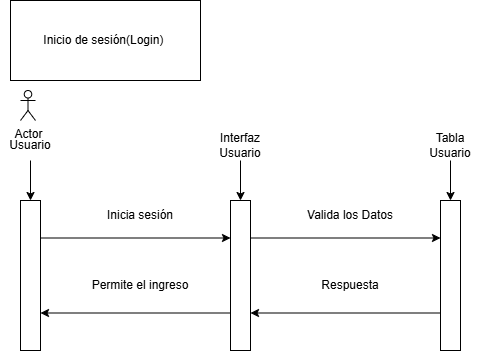
Before: extracted_diagrams/image5.png, a diagram exported from draw.io (JulianCorsich1/Proyecto.Taller.JJ). Source tidied: cells renumbered, new cells last; positions are measured from the earlier drawing's top-left corner, leaving out a move shared by most shapes. Its diagram source:
```xml
<mxGraphModel>
  <root>
    <mxCell id="0" />
    <mxCell id="1" parent="0" />
    <mxCell id="2" style="edgeStyle=orthogonalEdgeStyle;rounded=0;jettySize=auto;html=1;" parent="1" edge="1" target="4">
      <mxGeometry relative="1" as="geometry">
        <mxPoint x="30" y="160" as="sourcePoint" />
      </mxGeometry>
    </mxCell>
    <mxCell id="3" style="edgeStyle=orthogonalEdgeStyle;rounded=0;jettySize=auto;html=1;exitX=1;exitY=0.25;exitDx=0;exitDy=0;entryX=0;entryY=0.25;entryDx=0;entryDy=0;" parent="1" edge="1" source="4" target="8">
      <mxGeometry relative="1" as="geometry" />
    </mxCell>
    <mxCell id="4" style="rounded=0;whiteSpace=wrap;html=1;" parent="1" vertex="1">
      <mxGeometry x="20" y="200" width="20" height="150" as="geometry" />
    </mxCell>
    <mxCell id="5" value="Usuario" style="text;html=1;whiteSpace=wrap;strokeColor=none;fillColor=none;align=center;verticalAlign=middle;rounded=0;" parent="1" vertex="1">
      <mxGeometry y="130" width="60" height="30" as="geometry" />
    </mxCell>
    <mxCell id="6" style="edgeStyle=orthogonalEdgeStyle;rounded=0;jettySize=auto;html=1;exitX=1;exitY=0.25;exitDx=0;exitDy=0;entryX=0;entryY=0.25;entryDx=0;entryDy=0;" parent="1" edge="1" source="8" target="10">
      <mxGeometry relative="1" as="geometry" />
    </mxCell>
    <mxCell id="7" style="edgeStyle=orthogonalEdgeStyle;rounded=0;jettySize=auto;html=1;exitX=0;exitY=0.75;exitDx=0;exitDy=0;entryX=1;entryY=0.75;entryDx=0;entryDy=0;" parent="1" edge="1" source="8" target="4">
      <mxGeometry relative="1" as="geometry" />
    </mxCell>
    <mxCell id="8" style="rounded=0;whiteSpace=wrap;html=1;" parent="1" vertex="1">
      <mxGeometry x="230" y="200" width="20" height="150" as="geometry" />
    </mxCell>
    <mxCell id="9" style="edgeStyle=orthogonalEdgeStyle;rounded=0;jettySize=auto;html=1;exitX=0;exitY=0.75;exitDx=0;exitDy=0;entryX=1;entryY=0.75;entryDx=0;entryDy=0;" parent="1" edge="1" source="10" target="8">
      <mxGeometry relative="1" as="geometry" />
    </mxCell>
    <mxCell id="10" style="rounded=0;whiteSpace=wrap;html=1;" parent="1" vertex="1">
      <mxGeometry x="440" y="200" width="20" height="150" as="geometry" />
    </mxCell>
    <mxCell id="11" style="edgeStyle=orthogonalEdgeStyle;rounded=0;jettySize=auto;html=1;exitX=0.5;exitY=1;exitDx=0;exitDy=0;entryX=0.5;entryY=0;entryDx=0;entryDy=0;" parent="1" edge="1" source="12" target="8">
      <mxGeometry relative="1" as="geometry" />
    </mxCell>
    <mxCell id="12" value="Interfaz Usuario" style="text;html=1;whiteSpace=wrap;strokeColor=none;fillColor=none;align=center;verticalAlign=middle;rounded=0;" parent="1" vertex="1">
      <mxGeometry x="210" y="130" width="60" height="30" as="geometry" />
    </mxCell>
    <mxCell id="13" style="edgeStyle=orthogonalEdgeStyle;rounded=0;jettySize=auto;html=1;exitX=0.5;exitY=1;exitDx=0;exitDy=0;entryX=0.5;entryY=0;entryDx=0;entryDy=0;" parent="1" edge="1" source="14" target="10">
      <mxGeometry relative="1" as="geometry" />
    </mxCell>
    <mxCell id="14" value="Tabla Usuario" style="text;html=1;whiteSpace=wrap;strokeColor=none;fillColor=none;align=center;verticalAlign=middle;rounded=0;" parent="1" vertex="1">
      <mxGeometry x="420" y="130" width="60" height="30" as="geometry" />
    </mxCell>
    <mxCell id="15" value="Inicia sesión" style="text;html=1;whiteSpace=wrap;strokeColor=none;fillColor=none;align=center;verticalAlign=middle;rounded=0;" parent="1" vertex="1">
      <mxGeometry x="80" y="200" width="120" height="30" as="geometry" />
    </mxCell>
    <mxCell id="16" value="Valida los Datos" style="text;html=1;whiteSpace=wrap;strokeColor=none;fillColor=none;align=center;verticalAlign=middle;rounded=0;" parent="1" vertex="1">
      <mxGeometry x="290" y="200" width="120" height="30" as="geometry" />
    </mxCell>
    <mxCell id="17" value="Respuesta" style="text;html=1;whiteSpace=wrap;strokeColor=none;fillColor=none;align=center;verticalAlign=middle;rounded=0;" parent="1" vertex="1">
      <mxGeometry x="290" y="270" width="120" height="30" as="geometry" />
    </mxCell>
    <mxCell id="18" value="Permite el ingreso" style="text;html=1;whiteSpace=wrap;strokeColor=none;fillColor=none;align=center;verticalAlign=middle;rounded=0;" parent="1" vertex="1">
      <mxGeometry x="80" y="270" width="120" height="30" as="geometry" />
    </mxCell>
    <mxCell id="19" value="Inicio de sesión(Login)&amp;nbsp;" style="text;html=1;whiteSpace=wrap;strokeColor=default;fillColor=none;align=center;verticalAlign=middle;rounded=0;gradientColor=none;" parent="1" vertex="1">
      <mxGeometry x="10" width="190" height="80" as="geometry" />
    </mxCell>
    <mxCell id="20" value="Actor" style="shape=umlActor;verticalLabelPosition=bottom;verticalAlign=top;html=1;" parent="1" vertex="1">
      <mxGeometry x="20" y="90" width="15" height="30" as="geometry" />
    </mxCell>
  </root>
</mxGraphModel>
```
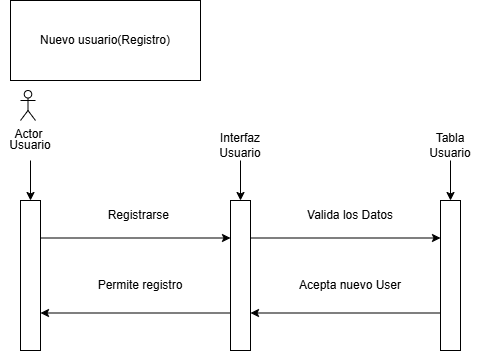
The same diagram one commit later.

The edit, as a diff of the source:
```diff
@@ -43,19 +43,19 @@
     <mxCell id="14" value="Tabla Usuario" style="text;html=1;whiteSpace=wrap;strokeColor=none;fillColor=none;align=center;verticalAlign=middle;rounded=0;" parent="1" vertex="1">
       <mxGeometry x="420" y="130" width="60" height="30" as="geometry" />
     </mxCell>
-    <mxCell id="15" value="Inicia sesión" style="text;html=1;whiteSpace=wrap;strokeColor=none;fillColor=none;align=center;verticalAlign=middle;rounded=0;" parent="1" vertex="1">
+    <mxCell id="15" value="Registrarse&amp;nbsp;" style="text;html=1;whiteSpace=wrap;strokeColor=none;fillColor=none;align=center;verticalAlign=middle;rounded=0;" parent="1" vertex="1">
       <mxGeometry x="80" y="200" width="120" height="30" as="geometry" />
     </mxCell>
     <mxCell id="16" value="Valida los Datos" style="text;html=1;whiteSpace=wrap;strokeColor=none;fillColor=none;align=center;verticalAlign=middle;rounded=0;" parent="1" vertex="1">
       <mxGeometry x="290" y="200" width="120" height="30" as="geometry" />
     </mxCell>
-    <mxCell id="17" value="Respuesta" style="text;html=1;whiteSpace=wrap;strokeColor=none;fillColor=none;align=center;verticalAlign=middle;rounded=0;" parent="1" vertex="1">
+    <mxCell id="17" value="Acepta nuevo User" style="text;html=1;whiteSpace=wrap;strokeColor=none;fillColor=none;align=center;verticalAlign=middle;rounded=0;" parent="1" vertex="1">
       <mxGeometry x="290" y="270" width="120" height="30" as="geometry" />
     </mxCell>
-    <mxCell id="18" value="Permite el ingreso" style="text;html=1;whiteSpace=wrap;strokeColor=none;fillColor=none;align=center;verticalAlign=middle;rounded=0;" parent="1" vertex="1">
+    <mxCell id="18" value="Permite registro" style="text;html=1;whiteSpace=wrap;strokeColor=none;fillColor=none;align=center;verticalAlign=middle;rounded=0;" parent="1" vertex="1">
       <mxGeometry x="80" y="270" width="120" height="30" as="geometry" />
     </mxCell>
-    <mxCell id="19" value="Inicio de sesión(Login)&amp;nbsp;" style="text;html=1;whiteSpace=wrap;strokeColor=default;fillColor=none;align=center;verticalAlign=middle;rounded=0;gradientColor=none;" parent="1" vertex="1">
+    <mxCell id="19" value="Nuevo usuario(Registro)" style="text;html=1;whiteSpace=wrap;strokeColor=default;fillColor=none;align=center;verticalAlign=middle;rounded=0;gradientColor=none;" parent="1" vertex="1">
       <mxGeometry x="10" width="190" height="80" as="geometry" />
     </mxCell>
     <mxCell id="20" value="Actor" style="shape=umlActor;verticalLabelPosition=bottom;verticalAlign=top;html=1;" parent="1" vertex="1">
```
